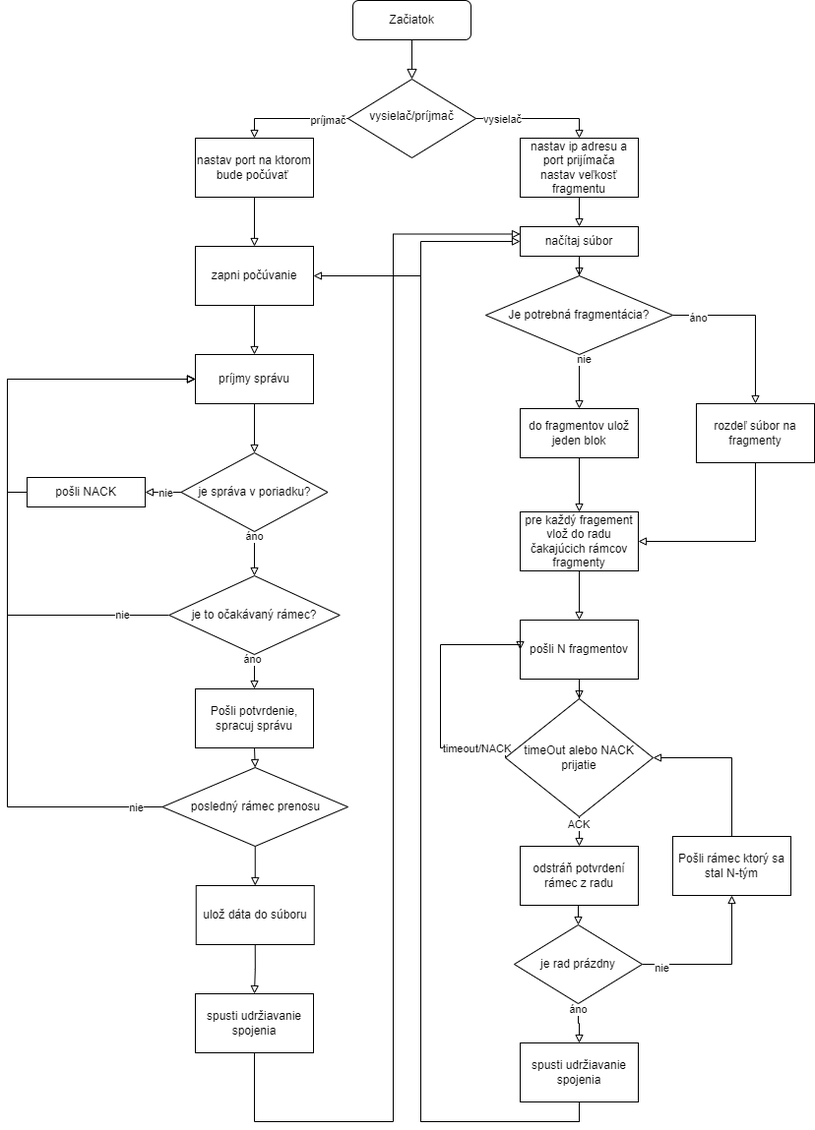
Before: JakFunguje.png, a diagram exported from draw.io (RobJun/pks-udp-zadanie2). Source tidied: cells renumbered, new cells last; positions are measured from the earlier drawing's top-left corner, leaving out a move shared by most shapes.
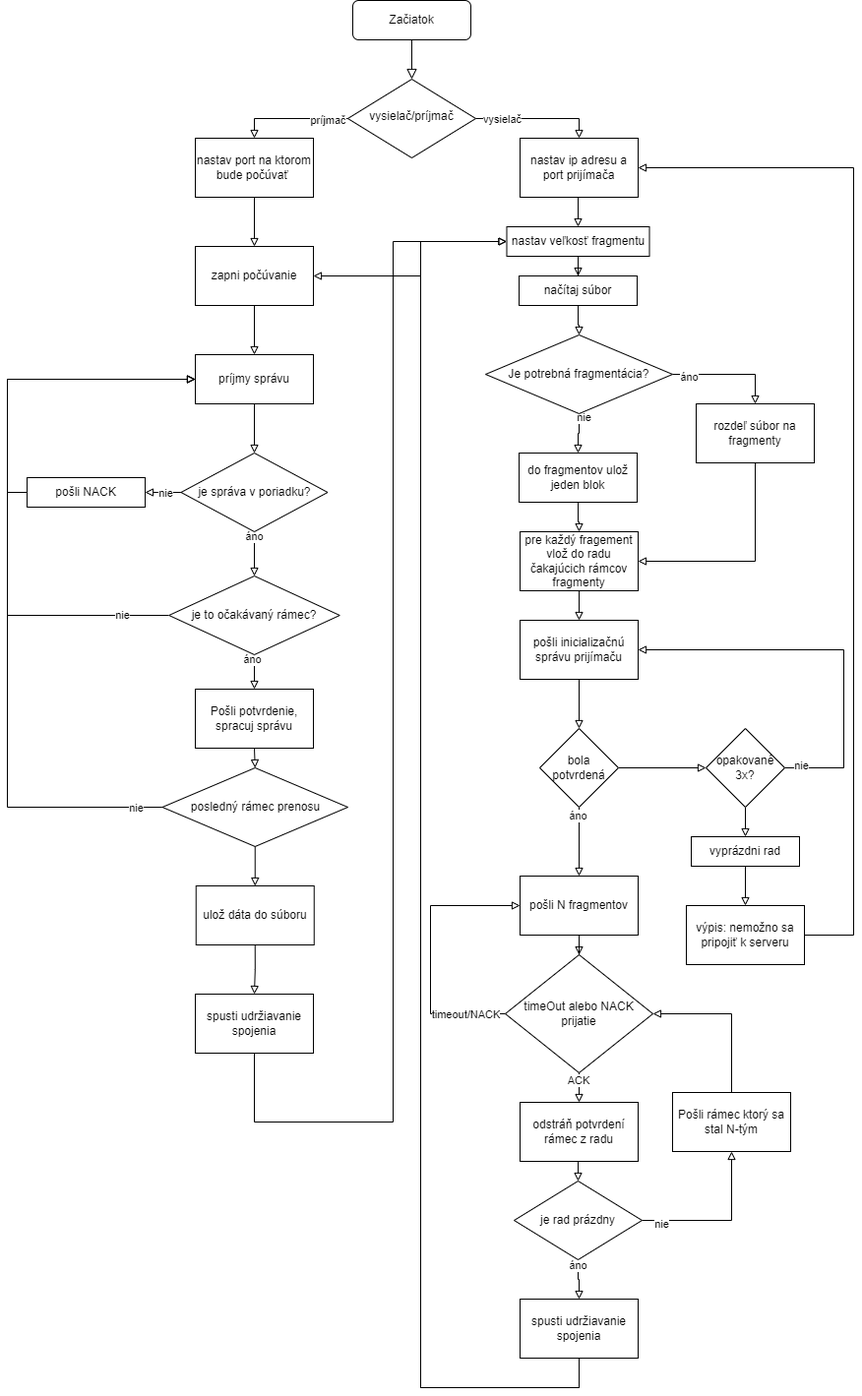
After the change.

The edit, as a diff of the source:
```diff
@@ -31,17 +31,17 @@
     <mxCell id="10" value="nastav port na ktorom bude počúvať&amp;nbsp;" style="rounded=0;whiteSpace=wrap;html=1;" parent="1" vertex="1">
       <mxGeometry x="191" y="140" width="120" height="60" as="geometry" />
     </mxCell>
-    <mxCell id="11" style="edgeStyle=orthogonalEdgeStyle;rounded=0;jettySize=auto;html=1;exitX=0.5;exitY=1;exitDx=0;exitDy=0;entryX=0.5;entryY=0;entryDx=0;entryDy=0;endArrow=block;endFill=0;" parent="1" edge="1" source="12" target="14">
-      <mxGeometry relative="1" as="geometry" />
-    </mxCell>
+    <mxCell id="72" style="edgeStyle=orthogonalEdgeStyle;rounded=0;jettySize=auto;html=1;exitX=0.5;exitY=1;exitDx=0;exitDy=0;entryX=0.5;entryY=0;entryDx=0;entryDy=0;endArrow=block;endFill=0;" parent="1" edge="1" source="12" target="89">
+      <mxGeometry relative="1" as="geometry" />
+    </mxCell>
-    <mxCell id="12" value="nastav ip adresu a port prijímača&lt;br&gt;nastav veľkosť fragmentu" style="rounded=0;whiteSpace=wrap;html=1;" parent="1" vertex="1">
+    <mxCell id="12" value="nastav ip adresu a port prijímača" style="rounded=0;whiteSpace=wrap;html=1;" parent="1" vertex="1">
       <mxGeometry x="521" y="140" width="120" height="60" as="geometry" />
     </mxCell>
     <mxCell id="13" style="edgeStyle=orthogonalEdgeStyle;rounded=0;jettySize=auto;html=1;exitX=0.5;exitY=1;exitDx=0;exitDy=0;endArrow=block;endFill=0;" parent="1" edge="1" source="14" target="19">
       <mxGeometry relative="1" as="geometry" />
     </mxCell>
     <mxCell id="14" value="načítaj súbor" style="rounded=0;whiteSpace=wrap;html=1;" parent="1" vertex="1">
-      <mxGeometry x="521" y="230" width="120" height="30" as="geometry" />
+      <mxGeometry x="520" y="280" width="120" height="30" as="geometry" />
     </mxCell>
     <mxCell id="15" style="edgeStyle=orthogonalEdgeStyle;rounded=0;jettySize=auto;html=1;exitX=0.5;exitY=1;exitDx=0;exitDy=0;endArrow=block;endFill=0;" parent="1" edge="1" source="19" target="25">
       <mxGeometry relative="1" as="geometry" />
@@ -56,13 +56,13 @@
       <mxGeometry x="-0.71" y="-2" relative="1" as="geometry" />
     </mxCell>
     <mxCell id="19" value="Je potrebná fragmentácia?" style="rhombus;whiteSpace=wrap;html=1;" parent="1" vertex="1">
-      <mxGeometry x="486" y="280" width="190" height="80" as="geometry" />
+      <mxGeometry x="486" y="340" width="190" height="80" as="geometry" />
     </mxCell>
-    <mxCell id="20" style="edgeStyle=orthogonalEdgeStyle;rounded=0;jettySize=auto;html=1;exitX=0.5;exitY=1;exitDx=0;exitDy=0;endArrow=block;endFill=0;" parent="1" edge="1" source="21" target="27">
-      <mxGeometry relative="1" as="geometry" />
-    </mxCell>
+    <mxCell id="73" style="edgeStyle=orthogonalEdgeStyle;rounded=0;jettySize=auto;html=1;exitX=0.5;exitY=1;exitDx=0;exitDy=0;entryX=0.5;entryY=0;entryDx=0;entryDy=0;endArrow=block;endFill=0;" parent="1" edge="1" source="21" target="75">
+      <mxGeometry relative="1" as="geometry" />
+    </mxCell>
     <mxCell id="21" value="pre každý fragement&lt;br&gt;vlož do radu čakajúcich rámcov fragmenty" style="rounded=0;whiteSpace=wrap;html=1;" parent="1" vertex="1">
-      <mxGeometry x="521" y="520" width="120" height="60" as="geometry" />
+      <mxGeometry x="521" y="540" width="120" height="60" as="geometry" />
     </mxCell>
     <mxCell id="22" style="edgeStyle=orthogonalEdgeStyle;rounded=0;jettySize=auto;html=1;exitX=0.5;exitY=1;exitDx=0;exitDy=0;entryX=1;entryY=0.5;entryDx=0;entryDy=0;endArrow=block;endFill=0;" parent="1" edge="1" source="23" target="21">
       <mxGeometry relative="1" as="geometry" />
@@ -74,21 +74,19 @@
       <mxGeometry relative="1" as="geometry" />
     </mxCell>
     <mxCell id="25" value="do fragmentov ulož jeden blok" style="rounded=0;whiteSpace=wrap;html=1;" parent="1" vertex="1">
-      <mxGeometry x="521" y="415" width="120" height="50" as="geometry" />
+      <mxGeometry x="520" y="460" width="120" height="50" as="geometry" />
     </mxCell>
     <mxCell id="26" style="edgeStyle=orthogonalEdgeStyle;rounded=0;jettySize=auto;html=1;exitX=0.5;exitY=1;exitDx=0;exitDy=0;endArrow=block;endFill=0;" parent="1" edge="1" source="27" target="32">
       <mxGeometry relative="1" as="geometry" />
     </mxCell>
     <mxCell id="27" value="pošli N fragmentov" style="rounded=0;whiteSpace=wrap;html=1;" parent="1" vertex="1">
-      <mxGeometry x="521" y="630" width="120" height="60" as="geometry" />
+      <mxGeometry x="521" y="890" width="120" height="60" as="geometry" />
     </mxCell>
     <mxCell id="28" style="edgeStyle=orthogonalEdgeStyle;rounded=0;jettySize=auto;html=1;exitX=0;exitY=0.5;exitDx=0;exitDy=0;entryX=0;entryY=0.5;entryDx=0;entryDy=0;endArrow=block;endFill=0;" parent="1" edge="1" source="32" target="27">
       <mxGeometry relative="1" as="geometry">
         <Array as="points">
-          <mxPoint x="506" y="760" />
-          <mxPoint x="440" y="760" />
-          <mxPoint x="440" y="655" />
-          <mxPoint x="521" y="655" />
+          <mxPoint x="430" y="1030" />
+          <mxPoint x="430" y="920" />
         </Array>
       </mxGeometry>
     </mxCell>
@@ -104,19 +102,19 @@
       <mxGeometry x="-0.71" relative="1" as="geometry" />
     </mxCell>
     <mxCell id="32" value="timeOut alebo NACK&lt;br&gt;prijatie" style="rhombus;whiteSpace=wrap;html=1;" parent="1" vertex="1">
-      <mxGeometry x="506" y="710" width="150" height="120" as="geometry" />
+      <mxGeometry x="506" y="970" width="150" height="120" as="geometry" />
     </mxCell>
     <mxCell id="33" style="edgeStyle=orthogonalEdgeStyle;rounded=0;jettySize=auto;html=1;exitX=0.5;exitY=1;exitDx=0;exitDy=0;entryX=0.5;entryY=0;entryDx=0;entryDy=0;endArrow=block;endFill=0;" parent="1" edge="1" source="34" target="41">
       <mxGeometry relative="1" as="geometry" />
     </mxCell>
     <mxCell id="34" value="odstráň potvrdení rámec z radu" style="rounded=0;whiteSpace=wrap;html=1;" parent="1" vertex="1">
-      <mxGeometry x="521" y="860" width="120" height="60" as="geometry" />
+      <mxGeometry x="521" y="1120" width="120" height="60" as="geometry" />
     </mxCell>
     <mxCell id="35" style="edgeStyle=orthogonalEdgeStyle;rounded=0;jettySize=auto;html=1;exitX=0.5;exitY=0;exitDx=0;exitDy=0;entryX=1;entryY=0.5;entryDx=0;entryDy=0;endArrow=block;endFill=0;" parent="1" edge="1" source="36" target="32">
       <mxGeometry relative="1" as="geometry" />
     </mxCell>
     <mxCell id="36" value="Pošli rámec ktorý sa stal N-tým" style="rounded=0;whiteSpace=wrap;html=1;" parent="1" vertex="1">
-      <mxGeometry x="676" y="850" width="120" height="60" as="geometry" />
+      <mxGeometry x="676" y="1110" width="120" height="60" as="geometry" />
     </mxCell>
     <mxCell id="37" style="edgeStyle=orthogonalEdgeStyle;rounded=0;jettySize=auto;html=1;exitX=1;exitY=0.5;exitDx=0;exitDy=0;endArrow=block;endFill=0;entryX=0.5;entryY=1;entryDx=0;entryDy=0;" parent="1" edge="1" source="41" target="36">
       <mxGeometry relative="1" as="geometry" />
@@ -131,28 +129,28 @@
       <mxGeometry x="-0.76" y="-1" relative="1" as="geometry" />
     </mxCell>
     <mxCell id="41" value="je rad prázdny" style="rhombus;whiteSpace=wrap;html=1;" parent="1" vertex="1">
-      <mxGeometry x="515" y="940" width="130" height="80" as="geometry" />
+      <mxGeometry x="515" y="1200" width="130" height="80" as="geometry" />
     </mxCell>
     <mxCell id="42" style="edgeStyle=orthogonalEdgeStyle;rounded=0;jettySize=auto;html=1;exitX=0.5;exitY=1;exitDx=0;exitDy=0;endArrow=block;endFill=0;entryX=1;entryY=0.5;entryDx=0;entryDy=0;" parent="1" edge="1" source="44" target="47">
       <mxGeometry relative="1" as="geometry">
         <Array as="points">
-          <mxPoint x="581" y="1140" />
-          <mxPoint x="420" y="1140" />
+          <mxPoint x="581" y="1410" />
+          <mxPoint x="420" y="1410" />
           <mxPoint x="420" y="280" />
         </Array>
       </mxGeometry>
     </mxCell>
-    <mxCell id="43" style="edgeStyle=orthogonalEdgeStyle;rounded=0;jettySize=auto;html=1;exitX=0.5;exitY=1;exitDx=0;exitDy=0;endArrow=block;endFill=0;" parent="1" edge="1" source="44" target="14">
+    <mxCell id="43" style="edgeStyle=orthogonalEdgeStyle;rounded=0;jettySize=auto;html=1;exitX=0.5;exitY=1;exitDx=0;exitDy=0;endArrow=block;endFill=0;entryX=0;entryY=0.5;entryDx=0;entryDy=0;" parent="1" edge="1" source="44" target="89">
       <mxGeometry relative="1" as="geometry">
         <Array as="points">
-          <mxPoint x="581" y="1140" />
-          <mxPoint x="420" y="1140" />
+          <mxPoint x="581" y="1410" />
+          <mxPoint x="420" y="1410" />
           <mxPoint x="420" y="245" />
         </Array>
       </mxGeometry>
     </mxCell>
     <mxCell id="44" value="spusti udržiavanie spojenia" style="rounded=0;whiteSpace=wrap;html=1;" parent="1" vertex="1">
-      <mxGeometry x="521" y="1060" width="120" height="60" as="geometry" />
+      <mxGeometry x="521" y="1320" width="120" height="60" as="geometry" />
     </mxCell>
     <mxCell id="45" style="edgeStyle=orthogonalEdgeStyle;rounded=0;orthogonalLoop=1;jettySize=auto;html=1;exitX=0.5;exitY=1;exitDx=0;exitDy=0;endArrow=block;endFill=0;" parent="1" edge="1" source="14" target="14">
       <mxGeometry relative="1" as="geometry" />
@@ -243,17 +241,75 @@
     <mxCell id="69" value="ulož dáta do súboru" style="rounded=0;whiteSpace=wrap;html=1;" parent="1" vertex="1">
       <mxGeometry x="191.8" y="900" width="120" height="60" as="geometry" />
     </mxCell>
-    <mxCell id="70" style="edgeStyle=orthogonalEdgeStyle;rounded=0;jettySize=auto;html=1;exitX=0.5;exitY=1;exitDx=0;exitDy=0;endArrow=block;endFill=0;entryX=0;entryY=0.25;entryDx=0;entryDy=0;" parent="1" edge="1" source="71" target="14">
+    <mxCell id="70" style="edgeStyle=orthogonalEdgeStyle;rounded=0;jettySize=auto;html=1;exitX=0.5;exitY=1;exitDx=0;exitDy=0;endArrow=block;endFill=0;entryX=0;entryY=0.5;entryDx=0;entryDy=0;" parent="1" edge="1" source="71" target="89">
       <mxGeometry relative="1" as="geometry">
         <Array as="points">
           <mxPoint x="251" y="1140" />
           <mxPoint x="392" y="1140" />
-          <mxPoint x="392" y="238" />
+          <mxPoint x="392" y="245" />
         </Array>
       </mxGeometry>
     </mxCell>
     <mxCell id="71" value="spusti udržiavanie spojenia" style="rounded=0;whiteSpace=wrap;html=1;" parent="1" vertex="1">
       <mxGeometry x="191" y="1010" width="120" height="60" as="geometry" />
     </mxCell>
+    <mxCell id="74" style="edgeStyle=orthogonalEdgeStyle;rounded=0;jettySize=auto;html=1;exitX=0.5;exitY=1;exitDx=0;exitDy=0;entryX=0.5;entryY=0;entryDx=0;entryDy=0;endArrow=block;endFill=0;" parent="1" edge="1" source="75" target="79">
+      <mxGeometry relative="1" as="geometry" />
+    </mxCell>
+    <mxCell id="75" value="pošli inicializačnú správu prijímaču" style="rounded=0;whiteSpace=wrap;html=1;" parent="1" vertex="1">
+      <mxGeometry x="521" y="630" width="120" height="60" as="geometry" />
+    </mxCell>
+    <mxCell id="76" style="edgeStyle=orthogonalEdgeStyle;rounded=0;jettySize=auto;html=1;exitX=0.5;exitY=1;exitDx=0;exitDy=0;endArrow=block;endFill=0;" parent="1" edge="1" source="79" target="27">
+      <mxGeometry relative="1" as="geometry" />
+    </mxCell>
+    <mxCell id="77" value="áno" style="edgeLabel;html=1;align=center;verticalAlign=middle;" parent="76" vertex="1">
+      <mxGeometry x="-0.77" y="-2" relative="1" as="geometry" />
+    </mxCell>
+    <mxCell id="78" style="edgeStyle=orthogonalEdgeStyle;rounded=0;jettySize=auto;html=1;exitX=1;exitY=0.5;exitDx=0;exitDy=0;endArrow=block;endFill=0;" parent="1" edge="1" source="79" target="83">
+      <mxGeometry relative="1" as="geometry" />
+    </mxCell>
+    <mxCell id="79" value="bola potvrdená" style="rhombus;whiteSpace=wrap;html=1;" parent="1" vertex="1">
+      <mxGeometry x="541" y="740" width="80" height="80" as="geometry" />
+    </mxCell>
+    <mxCell id="80" style="edgeStyle=orthogonalEdgeStyle;rounded=0;jettySize=auto;html=1;exitX=1;exitY=0.5;exitDx=0;exitDy=0;entryX=1;entryY=0.5;entryDx=0;entryDy=0;endArrow=block;endFill=0;" parent="1" edge="1" source="83" target="75">
+      <mxGeometry relative="1" as="geometry">
+        <Array as="points">
+          <mxPoint x="850" y="780" />
+          <mxPoint x="850" y="660" />
+        </Array>
+      </mxGeometry>
+    </mxCell>
+    <mxCell id="81" value="nie" style="edgeLabel;html=1;align=center;verticalAlign=middle;" parent="80" vertex="1">
+      <mxGeometry x="-0.92" y="3" relative="1" as="geometry" />
+    </mxCell>
+    <mxCell id="82" style="edgeStyle=orthogonalEdgeStyle;rounded=0;jettySize=auto;html=1;exitX=0.5;exitY=1;exitDx=0;exitDy=0;endArrow=block;endFill=0;" parent="1" edge="1" source="83" target="85">
+      <mxGeometry relative="1" as="geometry" />
+    </mxCell>
+    <mxCell id="83" value="opakované 3x?" style="rhombus;whiteSpace=wrap;html=1;" parent="1" vertex="1">
+      <mxGeometry x="710" y="740" width="80" height="80" as="geometry" />
+    </mxCell>
+    <mxCell id="84" style="edgeStyle=orthogonalEdgeStyle;rounded=0;jettySize=auto;html=1;exitX=0.5;exitY=1;exitDx=0;exitDy=0;entryX=0.5;entryY=0;entryDx=0;entryDy=0;endArrow=block;endFill=0;" parent="1" edge="1" source="85" target="87">
+      <mxGeometry relative="1" as="geometry" />
+    </mxCell>
+    <mxCell id="85" value="vyprázdni rad" style="rounded=0;whiteSpace=wrap;html=1;" parent="1" vertex="1">
+      <mxGeometry x="695" y="850" width="110" height="30" as="geometry" />
+    </mxCell>
+    <mxCell id="86" style="edgeStyle=orthogonalEdgeStyle;rounded=0;jettySize=auto;html=1;exitX=1;exitY=0.5;exitDx=0;exitDy=0;entryX=1;entryY=0.5;entryDx=0;entryDy=0;endArrow=block;endFill=0;" parent="1" edge="1" source="87" target="12">
+      <mxGeometry relative="1" as="geometry">
+        <Array as="points">
+          <mxPoint x="860" y="950" />
+          <mxPoint x="860" y="170" />
+        </Array>
+      </mxGeometry>
+    </mxCell>
+    <mxCell id="87" value="výpis: nemožno sa pripojiť k serveru" style="rounded=0;whiteSpace=wrap;html=1;" parent="1" vertex="1">
+      <mxGeometry x="690" y="920" width="120" height="60" as="geometry" />
+    </mxCell>
+    <mxCell id="88" style="edgeStyle=orthogonalEdgeStyle;rounded=0;jettySize=auto;html=1;exitX=0.5;exitY=1;exitDx=0;exitDy=0;endArrow=block;endFill=0;" parent="1" edge="1" source="89" target="14">
+      <mxGeometry relative="1" as="geometry" />
+    </mxCell>
+    <mxCell id="89" value="nastav veľkosť fragmentu" style="rounded=0;whiteSpace=wrap;html=1;" parent="1" vertex="1">
+      <mxGeometry x="507.5" y="230" width="145" height="30" as="geometry" />
+    </mxCell>
   </root>
 </mxGraphModel>
```
